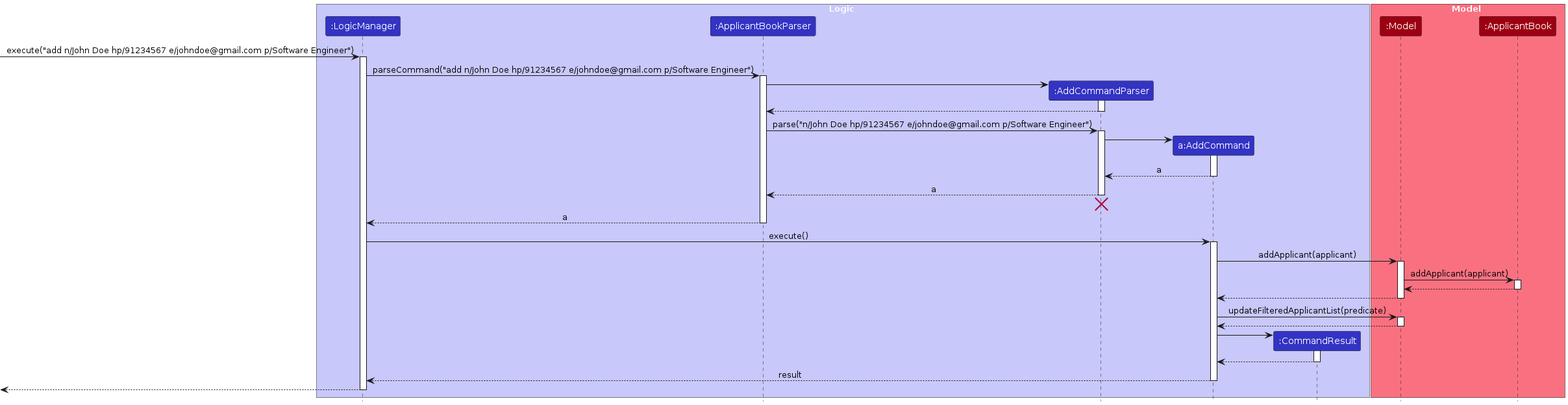
This is diagrams/AddSequenceDiagram.png from craigtonlian/tp, a PlantUML export, as it was before one commit. Its source is kept beside it as diagrams/AddSequenceDiagram.puml.
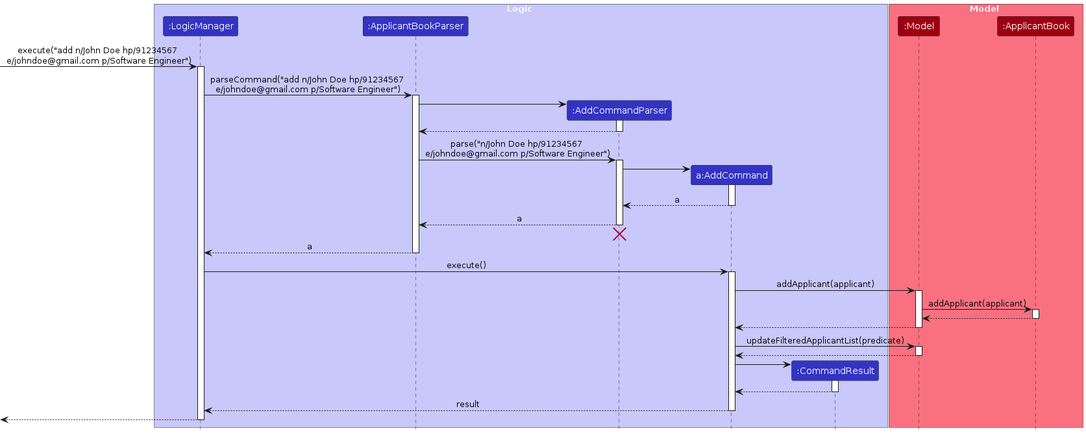
The same file after the commit.

The edit, as a diff of the source:
```diff
@@ -15,10 +15,10 @@
 participant ":ApplicantBook" as ApplicantBook MODEL_COLOR
 end box
 
-[-> LogicManager : execute("add n/John Doe hp/91234567 e/johndoe@gmail.com p/Software Engineer")
+[-> LogicManager : execute("add n/John Doe hp/91234567 \ne/johndoe@gmail.com p/Software Engineer")
 activate LogicManager
 
-LogicManager -> ApplicantBookParser : parseCommand("add n/John Doe hp/91234567 e/johndoe@gmail.com p/Software Engineer")
+LogicManager -> ApplicantBookParser : parseCommand("add n/John Doe hp/91234567 \ne/johndoe@gmail.com p/Software Engineer")
 activate ApplicantBookParser
 
 create AddCommandParser
@@ -28,7 +28,7 @@
 AddCommandParser  --> ApplicantBookParser
 deactivate AddCommandParser
 
-ApplicantBookParser -> AddCommandParser  : parse("n/John Doe hp/91234567 e/johndoe@gmail.com p/Software Engineer")
+ApplicantBookParser -> AddCommandParser  : parse("n/John Doe hp/91234567 \ne/johndoe@gmail.com p/Software Engineer")
 activate AddCommandParser
 
 create AddCommand
```
